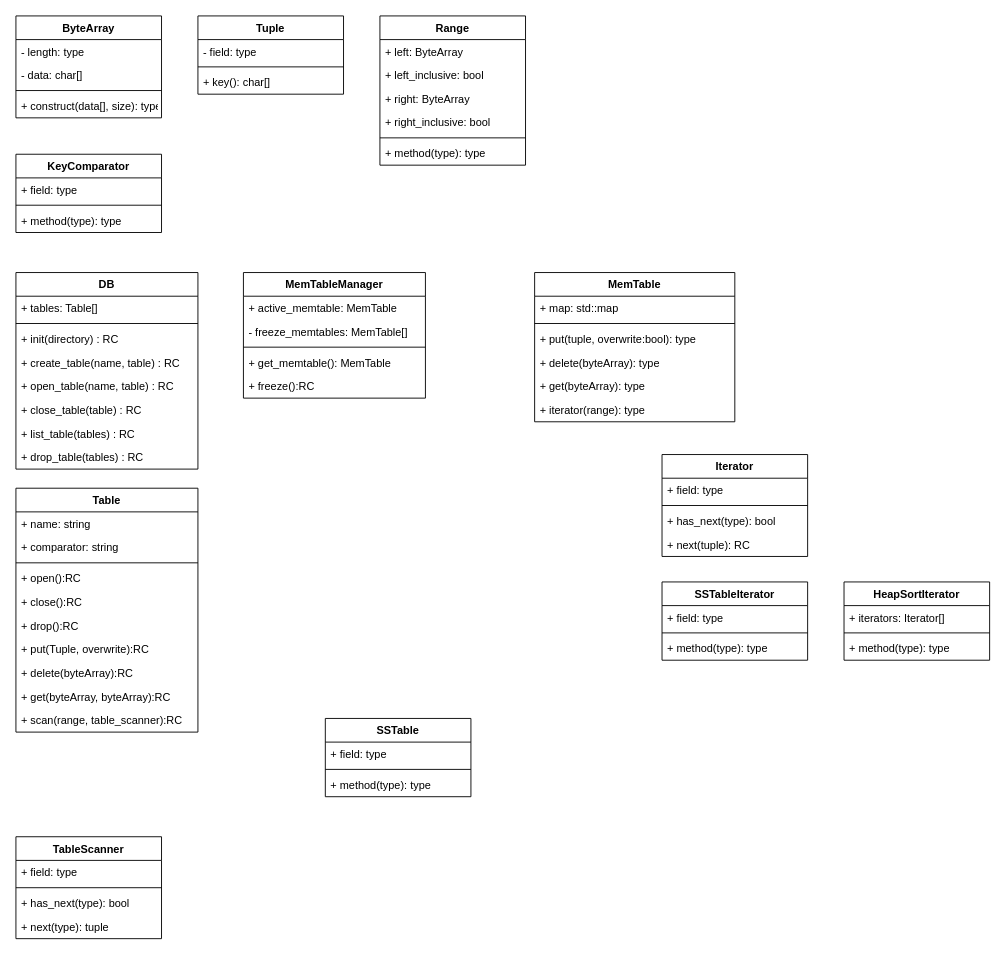
Before: page "Page-1" (1 of 3) of Untitled Diagram.drawio in hnwyllmm/notes, a draw.io diagram. Source tidied: cells renumbered, new cells numbered last; positions are measured from the earlier drawing's top-left corner, leaving out a move shared by most shapes. Both pictures are drawn from the tidied source at 91%, with x=0, y=0 at pixel (15, 15).
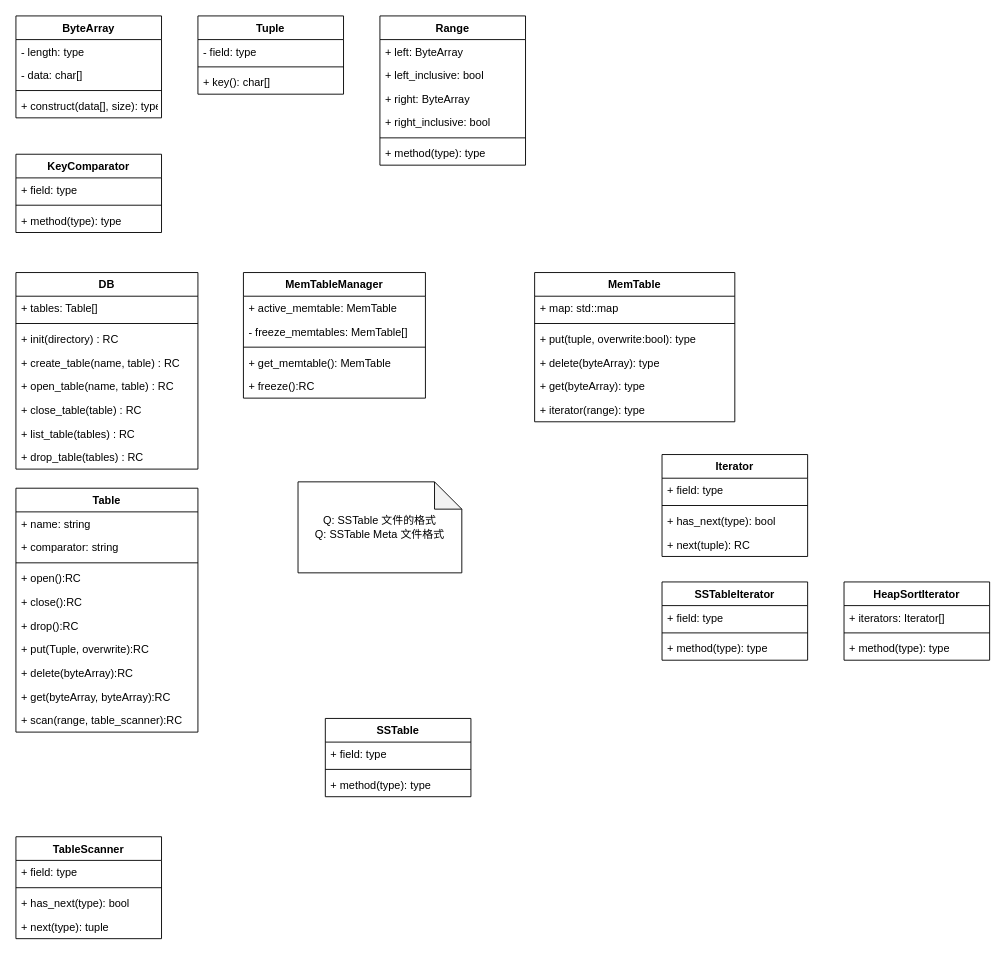
The same diagram, later.

Diff of the diagram source:
```diff
@@
+    <mxCell id="77" value="Q: SSTable 文件的格式&lt;br&gt;Q: SSTable Meta 文件格式" style="shape=note;whiteSpace=wrap;html=1;backgroundOutline=1;darkOpacity=0.05;" parent="1" vertex="1">
+      <mxGeometry x="310" y="512" width="180" height="100" as="geometry" />
+    </mxCell>
```
